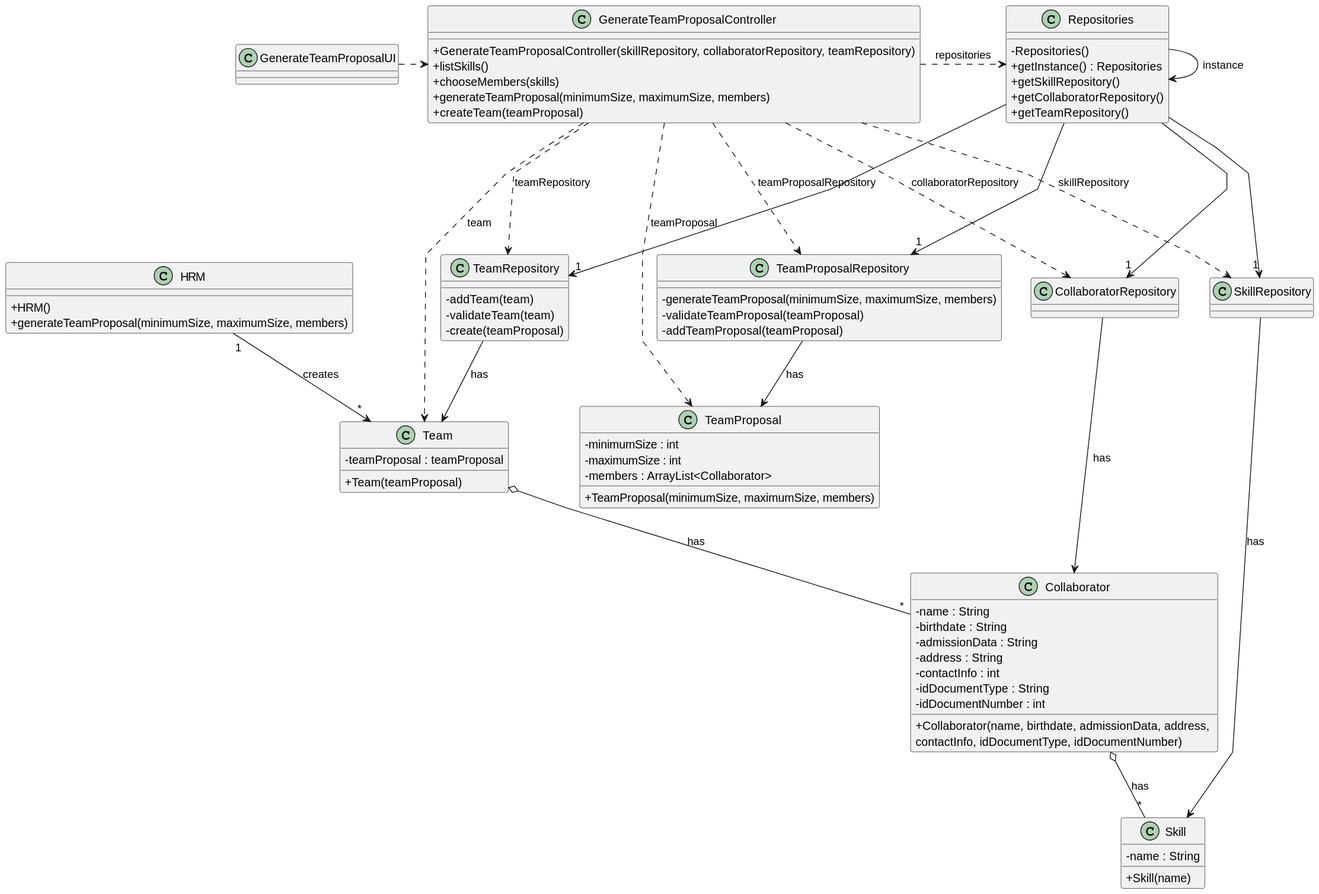
Earlier version of the PlantUML export docs/sprintB/us005/03.design/svg/us005-class-diagram.svg (diogoveirospro/lei-24-s2-1dg-g072).
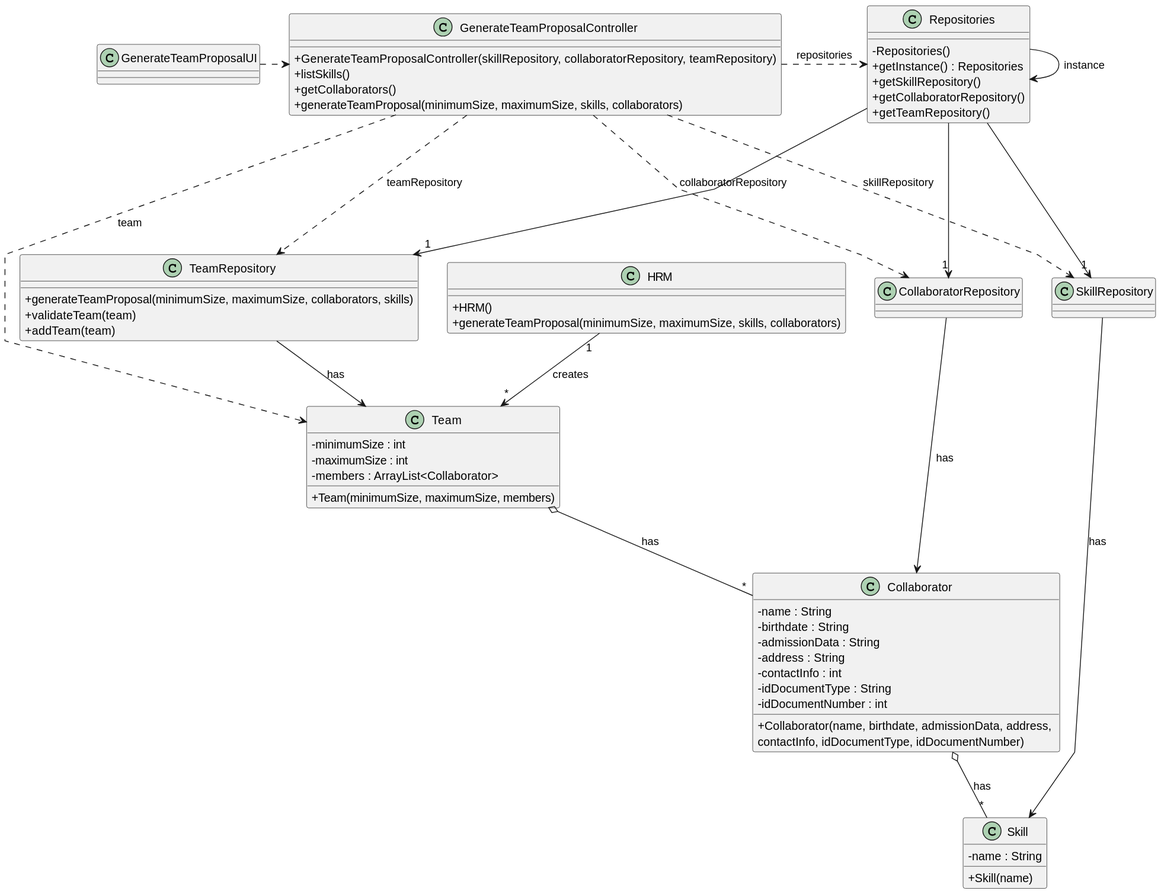
Above is the later version.

The edit, as a diff of the source:
```diff
@@ -8,15 +8,14 @@
 
 class HRM {
     + HRM()
-    + generateTeamProposal(minimumSize, maximumSize, members)
+    + generateTeamProposal(minimumSize, maximumSize, skills, collaborators)
 }
 
 class GenerateTeamProposalController {
     + GenerateTeamProposalController(skillRepository, collaboratorRepository, teamRepository)
     + listSkills()
-    + chooseMembers(skills)
-    + generateTeamProposal(minimumSize, maximumSize, members)
-    + createTeam(teamProposal)
+    + getCollaborators()
+    + generateTeamProposal(minimumSize, maximumSize, skills, collaborators)
 }
 
 
@@ -40,28 +39,17 @@
 
 }
 
-class TeamProposalRepository {
-    - generateTeamProposal(minimumSize, maximumSize, members)
-    - validateTeamProposal(teamProposal)
-    - addTeamProposal(teamProposal)
+class TeamRepository {
+    + generateTeamProposal(minimumSize, maximumSize, collaborators, skills)
+    + validateTeam(team)
+    + addTeam(team)
 }
 
-class TeamRepository {
-    - addTeam(team)
-    - validateTeam(team)
-    - create(teamProposal)
-}
-
-class TeamProposal {
+class Team {
     - minimumSize : int
     - maximumSize : int
     - members : ArrayList<Collaborator>
-    + TeamProposal(minimumSize, maximumSize, members)
-}
-
-class Team {
-    - teamProposal : teamProposal
-    + Team(teamProposal)
+    + Team(minimumSize, maximumSize, members)
 }
 
 class Collaborator {
@@ -86,22 +74,18 @@
 
 Repositories ---> "1" SkillRepository
 Repositories ---> "1" CollaboratorRepository
-Repositories ---> "1" TeamProposalRepository
 Repositories ---> "1" TeamRepository
 
 GenerateTeamProposalController .> SkillRepository : skillRepository
 GenerateTeamProposalController .> CollaboratorRepository : collaboratorRepository
 GenerateTeamProposalController .> TeamRepository : teamRepository
-GenerateTeamProposalController .> TeamProposalRepository : teamProposalRepository
 
 HRM "1" --> "*" Team : creates
 Team  o-- "*" Collaborator : has
 Collaborator  o-- "*" Skill : has
 
-GenerateTeamProposalController .> TeamProposal : teamProposal
 GenerateTeamProposalController .> Team : team
 SkillRepository --> Skill : has
 CollaboratorRepository --> Collaborator : has
 TeamRepository --> Team : has
-TeamProposalRepository --> TeamProposal : has
 @enduml
```
